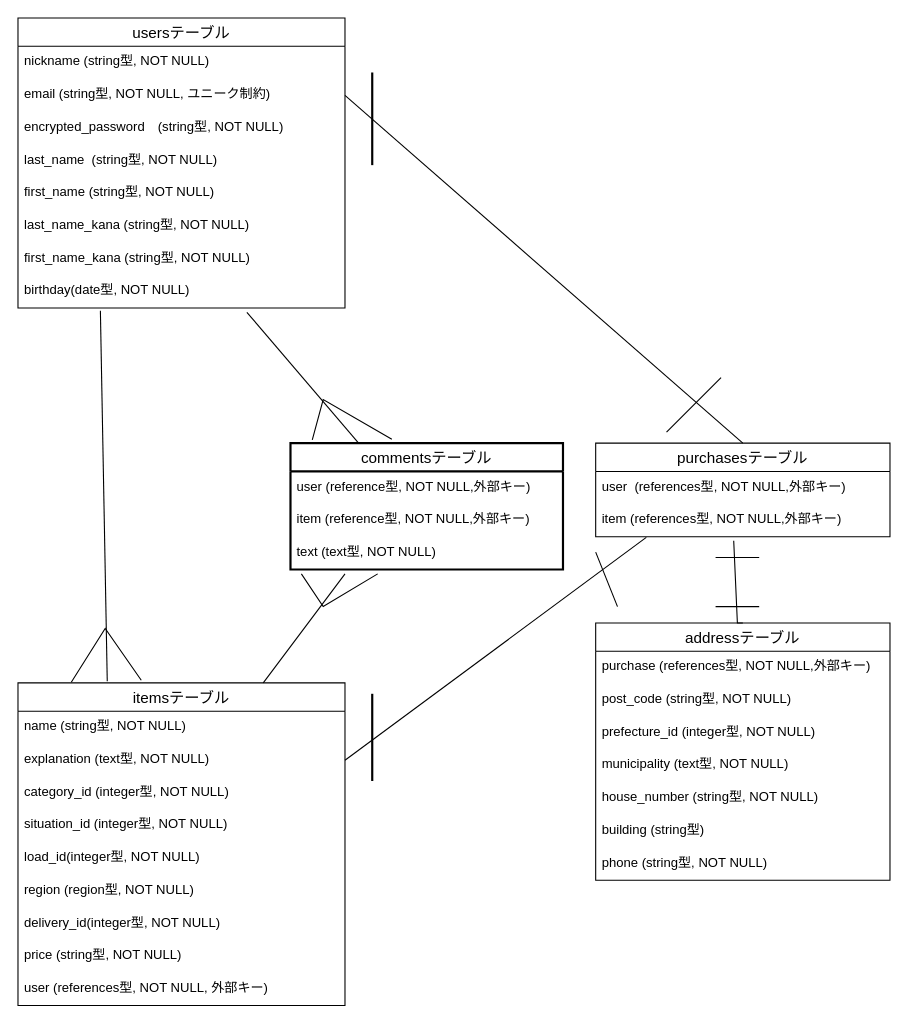
Above: app/views/furima.dio in aruga-eri/furima-40729 (draw.io), before the change. Source tidied: cells renumbered, new cells numbered last; positions are measured from the earlier drawing's top-left corner, leaving out a move shared by most shapes. Both pictures are drawn from the tidied source at 109%, with x=0, y=0 at pixel (17, 17).
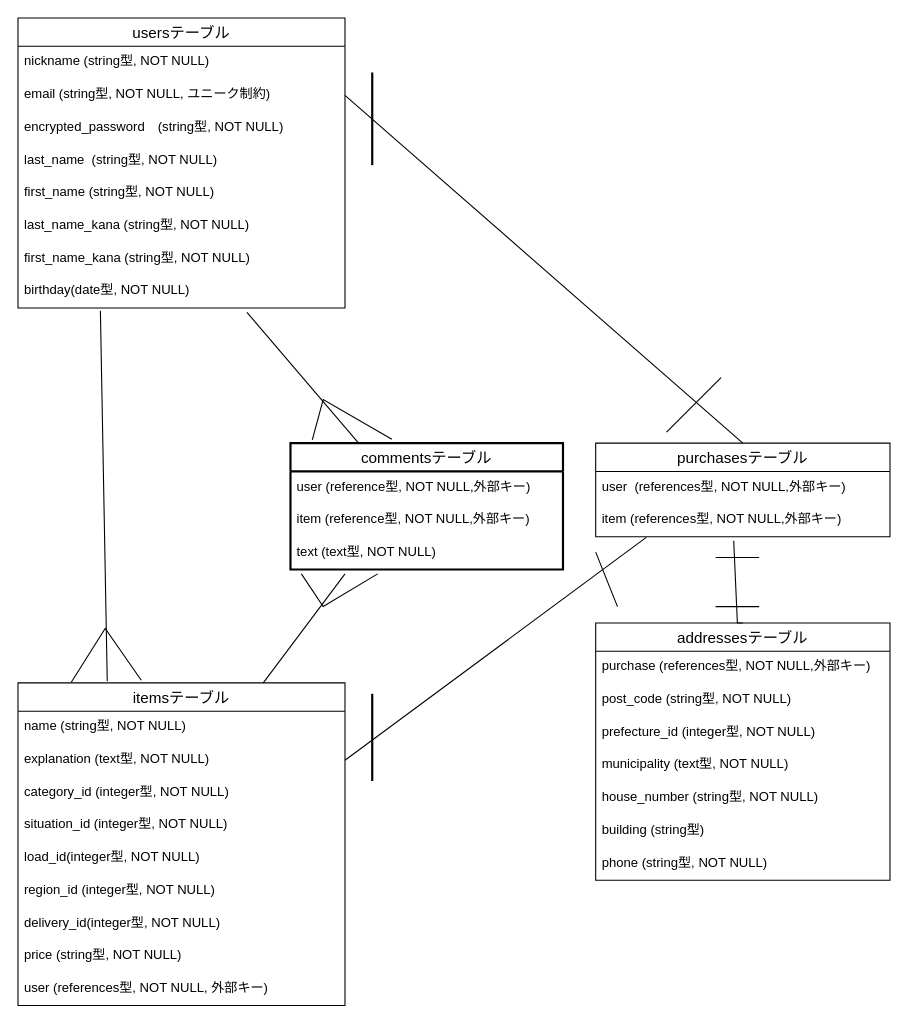
After the change.

Unchanged cells that the change refers to:
```xml
<mxCell id="13" value="itemsテーブル" style="swimlane;fontStyle=0;horizontal=1;startSize=26;align=center;fontSize=14;fontFamily=Helvetica;fontColor=default;fillColor=none;gradientColor=none;rounded=0;" parent="1" vertex="1">
  <mxGeometry y="610" width="300" height="296" as="geometry" />
</mxCell>
```

The edit, as a diff of the source:
```diff
@@
-    <mxCell id="19" value="region (region型, NOT NULL)" style="text;strokeColor=none;fillColor=none;spacingLeft=4;spacingRight=4;overflow=hidden;points=[[0,0.5],[1,0.5]];portConstraint=eastwest;fontSize=12;fontFamily=Helvetica;fontColor=default;rounded=0;" parent="13" vertex="1">
+    <mxCell id="19" value="region_id (integer型, NOT NULL)" style="text;strokeColor=none;fillColor=none;spacingLeft=4;spacingRight=4;overflow=hidden;points=[[0,0.5],[1,0.5]];portConstraint=eastwest;fontSize=12;fontFamily=Helvetica;fontColor=default;rounded=0;" parent="13" vertex="1">
       <mxGeometry y="176" width="300" height="30" as="geometry" />
     </mxCell>
@@
-    <mxCell id="27" value="addressテーブル" style="swimlane;fontStyle=0;horizontal=1;startSize=26;align=center;fontSize=14;fontFamily=Helvetica;fontColor=default;fillColor=none;gradientColor=none;rounded=0;" parent="1" vertex="1">
+    <mxCell id="27" value="addressesテーブル" style="swimlane;fontStyle=0;horizontal=1;startSize=26;align=center;fontSize=14;fontFamily=Helvetica;fontColor=default;fillColor=none;gradientColor=none;rounded=0;" parent="1" vertex="1">
       <mxGeometry x="530" y="555" width="270" height="236" as="geometry" />
     </mxCell>
```
